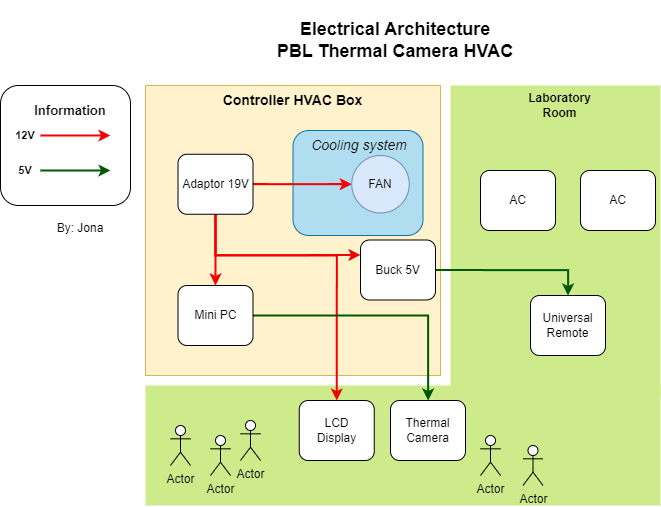
This is doc/img/electrical_architecture.png from robotjaol/thermal_cam_HVAC, a draw.io export, as it was before one commit. Source tidied: cells renumbered, new cells last; positions are measured from the earlier drawing's top-left corner, leaving out a move shared by most shapes.
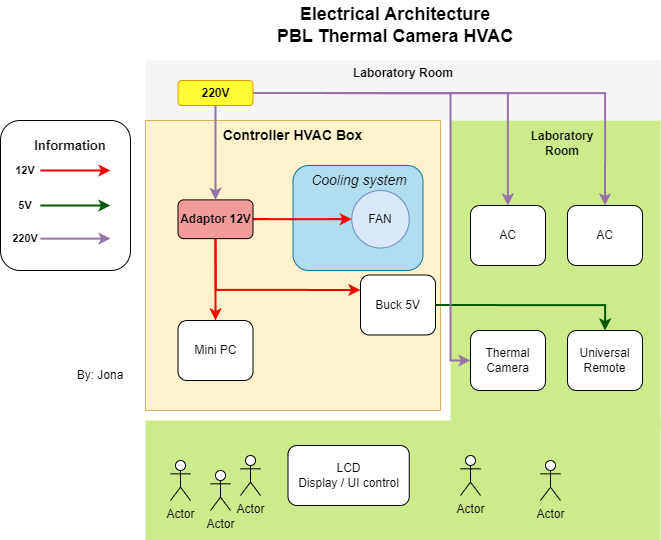
After the commit.

Commit message:
refacto : diagram

What changed in the source:
```diff
@@ -2,8 +2,11 @@
   <root>
     <mxCell id="0" />
     <mxCell id="1" parent="0" />
+    <mxCell id="38" style="rounded=0;whiteSpace=wrap;html=1;fillColor=#f5f5f5;fontColor=#333333;strokeColor=none;" parent="1" vertex="1">
+      <mxGeometry x="145" y="25" width="515" height="60" as="geometry" />
+    </mxCell>
     <mxCell id="2" value="&lt;div&gt;&lt;span style=&quot;font-size: 18px;&quot;&gt;&lt;b&gt;Electrical Architecture&lt;/b&gt;&lt;/span&gt;&lt;/div&gt;&lt;b&gt;&lt;font style=&quot;font-size: 18px;&quot;&gt;PBL Thermal Camera HVAC&lt;/font&gt;&lt;/b&gt;" style="text;html=1;align=center;verticalAlign=middle;whiteSpace=wrap;rounded=0;" parent="1" vertex="1">
-      <mxGeometry x="270" width="250" height="80" as="geometry" />
+      <mxGeometry x="270" y="-35" width="250" height="50" as="geometry" />
     </mxCell>
     <mxCell id="3" style="group;" parent="1" vertex="1">
       <mxGeometry y="85" width="660" height="420" as="geometry" />
@@ -15,7 +18,7 @@
       <mxGeometry x="145" y="300" width="515" height="120" as="geometry" />
     </mxCell>
     <mxCell id="6" style="rounded=1;whiteSpace=wrap;html=1;" parent="3" vertex="1">
-      <mxGeometry width="130" height="120" as="geometry" />
+      <mxGeometry width="130" height="150" as="geometry" />
     </mxCell>
     <mxCell id="7" style="rounded=0;whiteSpace=wrap;html=1;fillColor=#fff2cc;strokeColor=#d6b656;" parent="3" vertex="1">
       <mxGeometry x="145" width="295" height="290" as="geometry" />
@@ -29,31 +32,20 @@
     <mxCell id="10" style="edgeStyle=orthogonalEdgeStyle;rounded=0;jettySize=auto;html=1;strokeColor=#F50000;strokeWidth=2;" parent="3" edge="1" source="13" target="19">
       <mxGeometry relative="1" as="geometry" />
     </mxCell>
-    <mxCell id="11" style="edgeStyle=orthogonalEdgeStyle;rounded=0;jettySize=auto;html=1;exitX=0.5;exitY=1;exitDx=0;exitDy=0;entryX=0.5;entryY=0;entryDx=0;entryDy=0;fillColor=#e51400;strokeColor=#F50000;strokeWidth=2;" parent="3" edge="1" source="13" target="35">
-      <mxGeometry relative="1" as="geometry">
-        <Array as="points">
-          <mxPoint x="215" y="170" />
-          <mxPoint x="336" y="170" />
-        </Array>
-      </mxGeometry>
-    </mxCell>
     <mxCell id="12" style="edgeStyle=orthogonalEdgeStyle;rounded=0;jettySize=auto;html=1;exitX=0.5;exitY=1;exitDx=0;exitDy=0;entryX=0;entryY=0.25;entryDx=0;entryDy=0;strokeColor=#F50000;strokeWidth=2;" parent="3" edge="1" source="13" target="37">
       <mxGeometry relative="1" as="geometry" />
     </mxCell>
-    <mxCell id="13" value="Adaptor 19V" style="rounded=1;whiteSpace=wrap;html=1;" parent="3" vertex="1">
-      <mxGeometry x="177.5" y="68.8" width="75" height="60" as="geometry" />
+    <mxCell id="13" value="&lt;b&gt;Adaptor 12V&lt;/b&gt;" style="rounded=1;whiteSpace=wrap;html=1;fillColor=#F19C99;" parent="3" vertex="1">
+      <mxGeometry x="177.5" y="79.4" width="75" height="38.8" as="geometry" />
     </mxCell>
-    <mxCell id="14" style="edgeStyle=orthogonalEdgeStyle;rounded=0;jettySize=auto;html=1;strokeColor=#005700;fillColor=#008a00;strokeWidth=2;" parent="3" edge="1" source="15" target="16">
-      <mxGeometry relative="1" as="geometry" />
-    </mxCell>
     <mxCell id="15" value="Mini PC" style="rounded=1;whiteSpace=wrap;html=1;" parent="3" vertex="1">
       <mxGeometry x="177.5" y="200" width="75" height="60" as="geometry" />
     </mxCell>
     <mxCell id="16" value="Thermal Camera" style="rounded=1;whiteSpace=wrap;html=1;" parent="3" vertex="1">
-      <mxGeometry x="390" y="315" width="75" height="60" as="geometry" />
+      <mxGeometry x="470" y="210" width="75" height="60" as="geometry" />
     </mxCell>
     <mxCell id="17" value="Universal Remote" style="rounded=1;whiteSpace=wrap;html=1;" parent="3" vertex="1">
-      <mxGeometry x="530" y="210" width="75" height="60" as="geometry" />
+      <mxGeometry x="567" y="210" width="75" height="60" as="geometry" />
     </mxCell>
     <mxCell id="18" value="&lt;b&gt;&lt;font style=&quot;font-size: 14px;&quot;&gt;Controller HVAC Box&lt;/font&gt;&lt;/b&gt;" style="text;html=1;align=center;verticalAlign=middle;whiteSpace=wrap;rounded=0;" parent="3" vertex="1">
       <mxGeometry x="211.2" width="162.5" height="30" as="geometry" />
@@ -95,25 +87,25 @@
       <mxGeometry x="240" y="335" width="20" height="40" as="geometry" />
     </mxCell>
     <mxCell id="29" value="Actor" style="shape=umlActor;verticalLabelPosition=bottom;verticalAlign=top;html=1;" parent="3" vertex="1">
-      <mxGeometry x="480" y="350" width="20" height="40" as="geometry" />
+      <mxGeometry x="460" y="335" width="20" height="40" as="geometry" />
     </mxCell>
     <mxCell id="30" value="Actor" style="shape=umlActor;verticalLabelPosition=bottom;verticalAlign=top;html=1;" parent="3" vertex="1">
-      <mxGeometry x="522.5" y="360" width="20" height="40" as="geometry" />
+      <mxGeometry x="540" y="340" width="20" height="40" as="geometry" />
     </mxCell>
     <mxCell id="31" value="By: Jona" style="text;html=1;align=center;verticalAlign=middle;whiteSpace=wrap;rounded=0;" parent="3" vertex="1">
-      <mxGeometry x="50" y="127.5" width="60" height="30" as="geometry" />
+      <mxGeometry x="70" y="240" width="60" height="30" as="geometry" />
     </mxCell>
     <mxCell id="32" value="AC" style="rounded=1;whiteSpace=wrap;html=1;" parent="3" vertex="1">
-      <mxGeometry x="580" y="85" width="75" height="60" as="geometry" />
+      <mxGeometry x="567" y="85" width="75" height="60" as="geometry" />
     </mxCell>
     <mxCell id="33" value="AC" style="rounded=1;whiteSpace=wrap;html=1;" parent="3" vertex="1">
-      <mxGeometry x="480" y="85" width="75" height="60" as="geometry" />
+      <mxGeometry x="470" y="85" width="75" height="60" as="geometry" />
     </mxCell>
     <mxCell id="34" value="&lt;b&gt;Laboratory Room&lt;/b&gt;" style="text;html=1;align=center;verticalAlign=middle;whiteSpace=wrap;rounded=0;" parent="3" vertex="1">
-      <mxGeometry x="512.5" y="5" width="92.5" height="30" as="geometry" />
+      <mxGeometry x="512.5" y="5" width="97.5" height="35" as="geometry" />
     </mxCell>
-    <mxCell id="35" value="LCD&lt;div&gt;Display&lt;/div&gt;" style="rounded=1;whiteSpace=wrap;html=1;" parent="3" vertex="1">
-      <mxGeometry x="298.8" y="315" width="75" height="60" as="geometry" />
+    <mxCell id="35" value="LCD&lt;div&gt;Display / UI control&lt;/div&gt;" style="rounded=1;whiteSpace=wrap;html=1;" parent="3" vertex="1">
+      <mxGeometry x="287.5" y="325" width="121.2" height="60" as="geometry" />
     </mxCell>
     <mxCell id="36" style="edgeStyle=orthogonalEdgeStyle;rounded=0;jettySize=auto;html=1;exitX=1;exitY=0.5;exitDx=0;exitDy=0;entryX=0.5;entryY=0;entryDx=0;entryDy=0;fillColor=#008a00;strokeColor=#005700;endSize=6;strokeWidth=2;" parent="3" edge="1" source="37" target="17">
       <mxGeometry relative="1" as="geometry" />
@@ -121,5 +113,37 @@
     <mxCell id="37" value="Buck 5V" style="rounded=1;whiteSpace=wrap;html=1;" parent="3" vertex="1">
       <mxGeometry x="360" y="154.5" width="75" height="60" as="geometry" />
     </mxCell>
+    <mxCell id="39" style="endArrow=classic;html=1;rounded=0;strokeColor=#9673a6;strokeWidth=2;fillColor=#e1d5e7;" parent="3" edge="1">
+      <mxGeometry relative="1" as="geometry">
+        <mxPoint x="40" y="118.1" as="sourcePoint" />
+        <mxPoint x="110" y="118.1" as="targetPoint" />
+      </mxGeometry>
+    </mxCell>
+    <mxCell id="40" value="&lt;div&gt;&lt;b style=&quot;&quot;&gt;&lt;font style=&quot;font-size: 11px;&quot;&gt;220V&lt;/font&gt;&lt;/b&gt;&lt;/div&gt;" style="text;html=1;align=center;verticalAlign=middle;whiteSpace=wrap;rounded=0;" parent="3" vertex="1">
+      <mxGeometry x="10" y="107.5" width="30" height="20" as="geometry" />
+    </mxCell>
+    <mxCell id="41" style="edgeStyle=orthogonalEdgeStyle;rounded=0;jettySize=auto;html=1;exitX=1;exitY=0.5;exitDx=0;exitDy=0;fillColor=#e1d5e7;strokeColor=#9673a6;strokeWidth=2;" parent="1" edge="1" source="44" target="33">
+      <mxGeometry relative="1" as="geometry" />
+    </mxCell>
+    <mxCell id="42" style="edgeStyle=orthogonalEdgeStyle;rounded=0;jettySize=auto;html=1;exitX=1;exitY=0.5;exitDx=0;exitDy=0;entryX=0.5;entryY=0;entryDx=0;entryDy=0;fillColor=#e1d5e7;strokeColor=#9673a6;strokeWidth=2;" parent="1" edge="1" source="44" target="32">
+      <mxGeometry relative="1" as="geometry" />
+    </mxCell>
+    <mxCell id="43" style="edgeStyle=orthogonalEdgeStyle;rounded=0;jettySize=auto;html=1;exitX=1;exitY=0.5;exitDx=0;exitDy=0;entryX=0;entryY=0.5;entryDx=0;entryDy=0;fillColor=#e1d5e7;strokeColor=#9673a6;strokeWidth=2;" parent="1" edge="1" source="44" target="16">
+      <mxGeometry relative="1" as="geometry">
+        <Array as="points">
+          <mxPoint x="450" y="58" />
+          <mxPoint x="450" y="325" />
+        </Array>
+      </mxGeometry>
+    </mxCell>
+    <mxCell id="44" value="&lt;b&gt;220V&lt;/b&gt;" style="rounded=1;whiteSpace=wrap;html=1;strokeColor=#d79b00;fillColor=#FFFF33;" parent="1" vertex="1">
+      <mxGeometry x="177.5" y="45" width="75" height="25" as="geometry" />
+    </mxCell>
+    <mxCell id="45" style="edgeStyle=orthogonalEdgeStyle;rounded=0;jettySize=auto;html=1;exitX=0.5;exitY=1;exitDx=0;exitDy=0;entryX=0.5;entryY=0;entryDx=0;entryDy=0;strokeWidth=2;fillColor=#e1d5e7;strokeColor=#9673a6;" parent="1" edge="1" source="44" target="13">
+      <mxGeometry relative="1" as="geometry" />
+    </mxCell>
+    <mxCell id="46" value="&lt;b&gt;Laboratory Room&lt;/b&gt;" style="text;html=1;align=center;verticalAlign=middle;whiteSpace=wrap;rounded=0;" parent="1" vertex="1">
+      <mxGeometry x="335.6" y="25" width="133.8" height="26" as="geometry" />
+    </mxCell>
   </root>
 </mxGraphModel>
```
